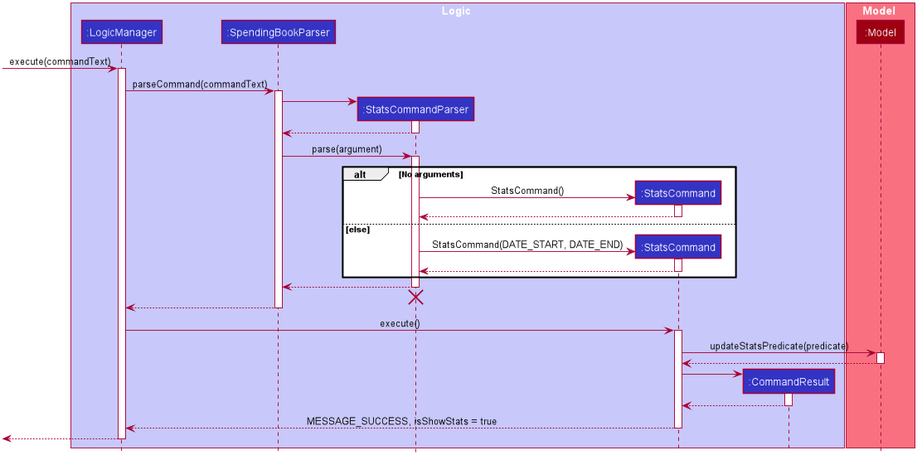
Before: docs/images/StatsSequenceDiagram.png, a diagram exported from PlantUML (nus-cs2103-AY1920S1/addressbook-level3).
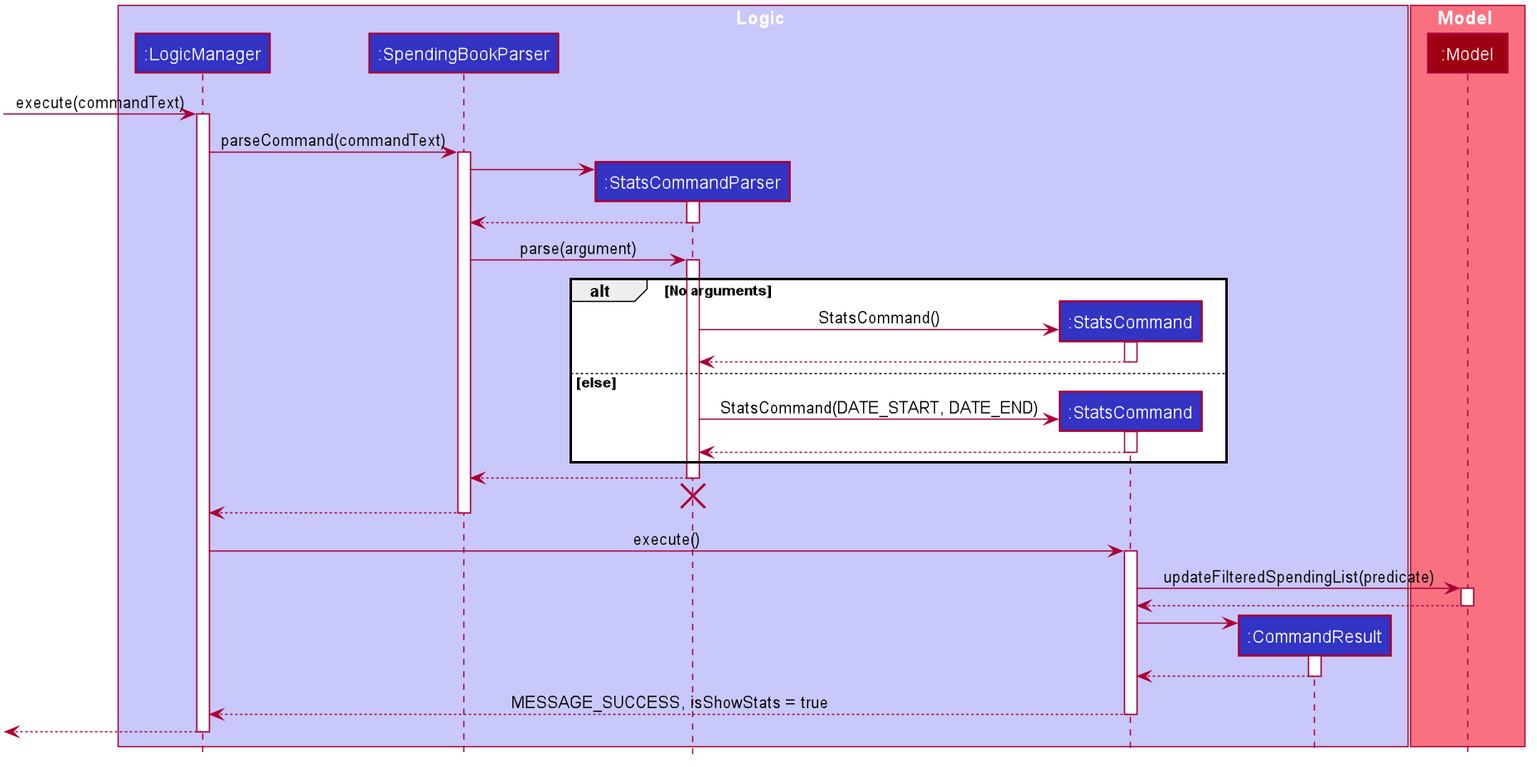
The same diagram one commit later.

Commit message:
Update DG diagrams based on prior update

Diff of the diagram source:
```diff
@@ -101,7 +101,7 @@
 LogicManager -> StatsCommand : execute()
 activate StatsCommand
 
-StatsCommand -> Model : updateStatsPredicate(predicate)
+StatsCommand -> Model : updateFilteredSpendingList(predicate)
 activate Model
 
 Model --> StatsCommand
```
